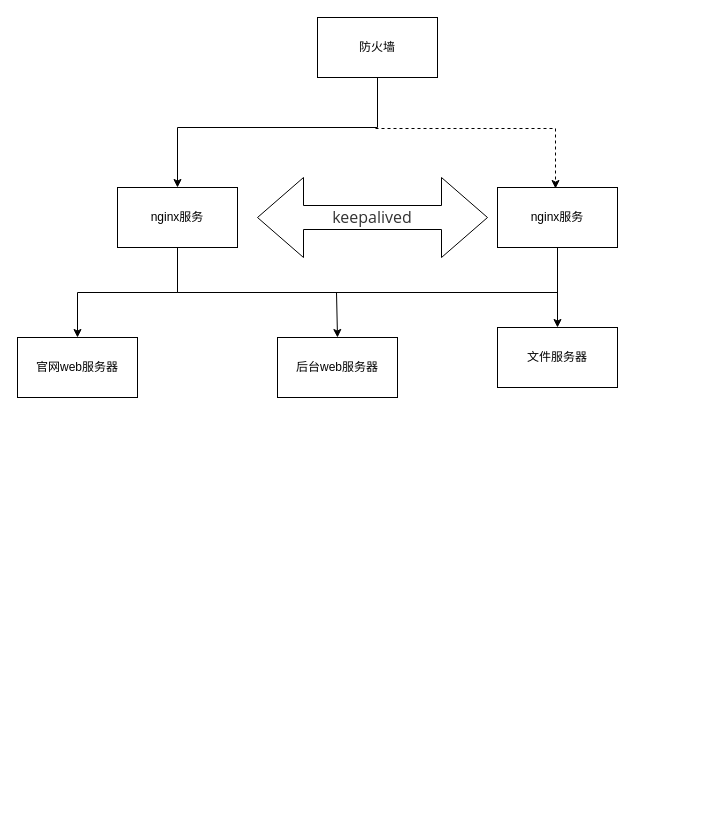
This is 未命名绘图.drawio from QSupervillain/Flow-Chart, a draw.io file, before an edit. Source tidied: cells renumbered, new cells numbered last; positions are measured from the earlier drawing's top-left corner, leaving out a move shared by most shapes. Both pictures are drawn from the tidied source at 100%, with x=0, y=0 at pixel (17, 17).
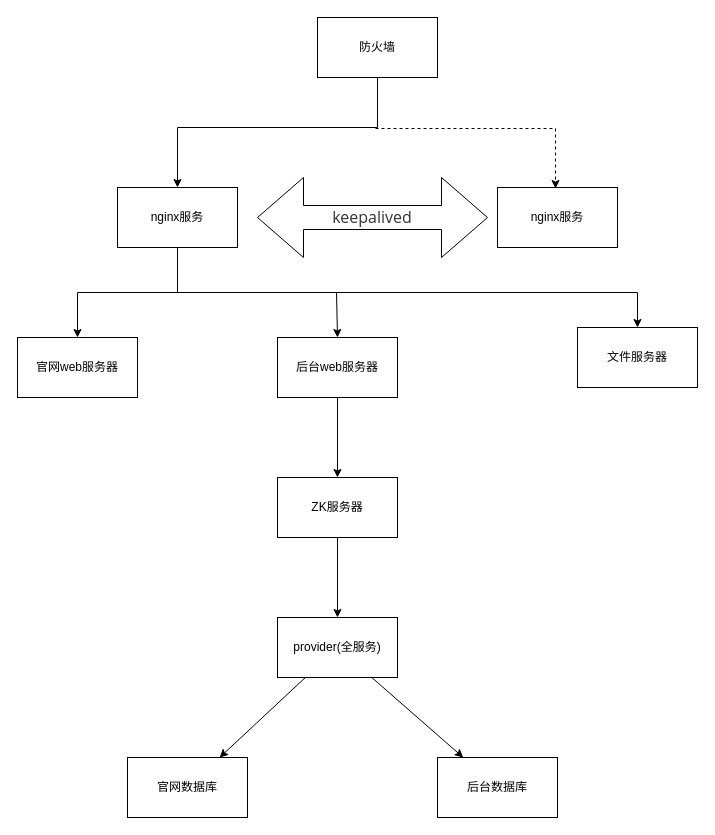
The same diagram, later.

The change refers to these unchanged cells:
```xml
<mxCell id="11" value="后台web服务器" style="whiteSpace=wrap;html=1;rounded=0;" parent="1" vertex="1">
  <mxGeometry x="260" y="320" width="120" height="60" as="geometry" />
</mxCell>
```

Change to the diagram source:
```diff
@@
     <mxCell id="6" style="edgeStyle=orthogonalEdgeStyle;rounded=0;jettySize=auto;html=1;entryX=0.5;entryY=0;entryDx=0;entryDy=0;" parent="1" edge="1" target="12">
       <mxGeometry relative="1" as="geometry">
         <mxPoint x="160" y="225" as="sourcePoint" />
         <Array as="points">
           <mxPoint x="160" y="275" />
-          <mxPoint x="540" y="275" />
+          <mxPoint x="620" y="275" />
         </Array>
       </mxGeometry>
     </mxCell>
@@
+    <mxCell id="15" style="edgeStyle=none;rounded=0;jettySize=auto;html=1;" parent="1" edge="1" source="11" target="17">
+      <mxGeometry relative="1" as="geometry" />
+    </mxCell>
@@
     <mxCell id="12" value="文件服务器" style="whiteSpace=wrap;html=1;rounded=0;" parent="1" vertex="1">
-      <mxGeometry x="480" y="310" width="120" height="60" as="geometry" />
+      <mxGeometry x="560" y="310" width="120" height="60" as="geometry" />
     </mxCell>
@@
-    <mxCell id="14" style="endArrow=none;html=1;rounded=0;" parent="1" edge="1">
-      <mxGeometry relative="1" as="geometry">
-        <mxPoint x="540" y="280" as="sourcePoint" />
-        <mxPoint x="540" y="230" as="targetPoint" />
-      </mxGeometry>
-    </mxCell>
+    <mxCell id="16" style="edgeStyle=none;rounded=0;jettySize=auto;html=1;" parent="1" edge="1" source="17" target="20">
+      <mxGeometry relative="1" as="geometry" />
+    </mxCell>
+    <mxCell id="17" value="ZK服务器" style="whiteSpace=wrap;html=1;rounded=0;" parent="1" vertex="1">
+      <mxGeometry x="260" y="460" width="120" height="60" as="geometry" />
+    </mxCell>
+    <mxCell id="18" style="edgeStyle=none;rounded=0;jettySize=auto;html=1;" parent="1" edge="1" source="20" target="21">
+      <mxGeometry relative="1" as="geometry" />
+    </mxCell>
+    <mxCell id="19" style="edgeStyle=none;rounded=0;jettySize=auto;html=1;" parent="1" edge="1" source="20" target="22">
+      <mxGeometry relative="1" as="geometry" />
+    </mxCell>
+    <mxCell id="20" value="provider(全服务)" style="whiteSpace=wrap;html=1;rounded=0;" parent="1" vertex="1">
+      <mxGeometry x="260" y="600" width="120" height="60" as="geometry" />
+    </mxCell>
+    <mxCell id="21" value="后台数据库" style="whiteSpace=wrap;html=1;rounded=0;" parent="1" vertex="1">
+      <mxGeometry x="420" y="740" width="120" height="60" as="geometry" />
+    </mxCell>
+    <mxCell id="22" value="官网数据库" style="whiteSpace=wrap;html=1;rounded=0;" parent="1" vertex="1">
+      <mxGeometry x="110" y="740" width="120" height="60" as="geometry" />
+    </mxCell>
```
